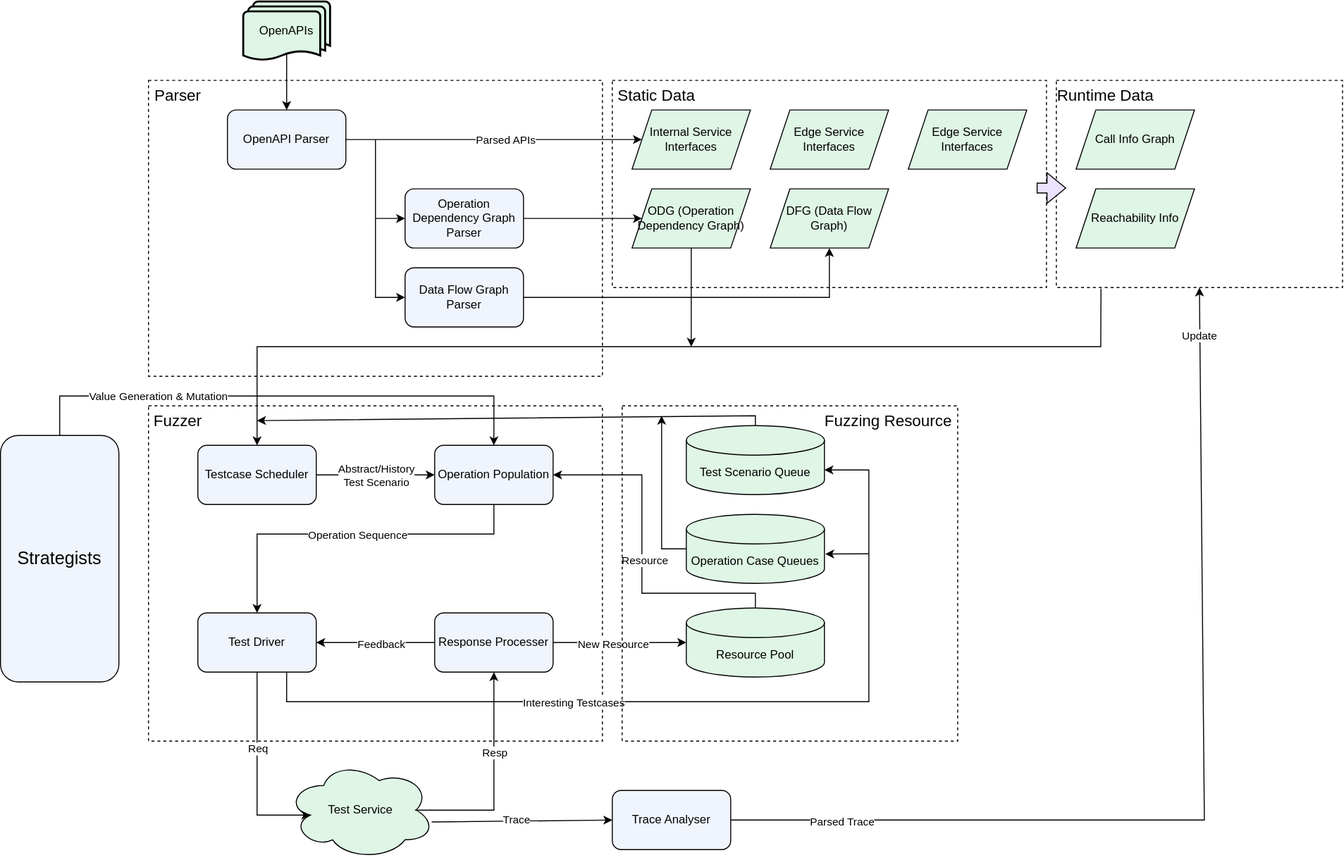
Before: docs/architecture.svg, a diagram exported from draw.io (SmilingPixel/rest_trace_fuzzer). Source tidied: cells renumbered, new cells last; positions are measured from the earlier drawing's top-left corner, leaving out a move shared by most shapes.
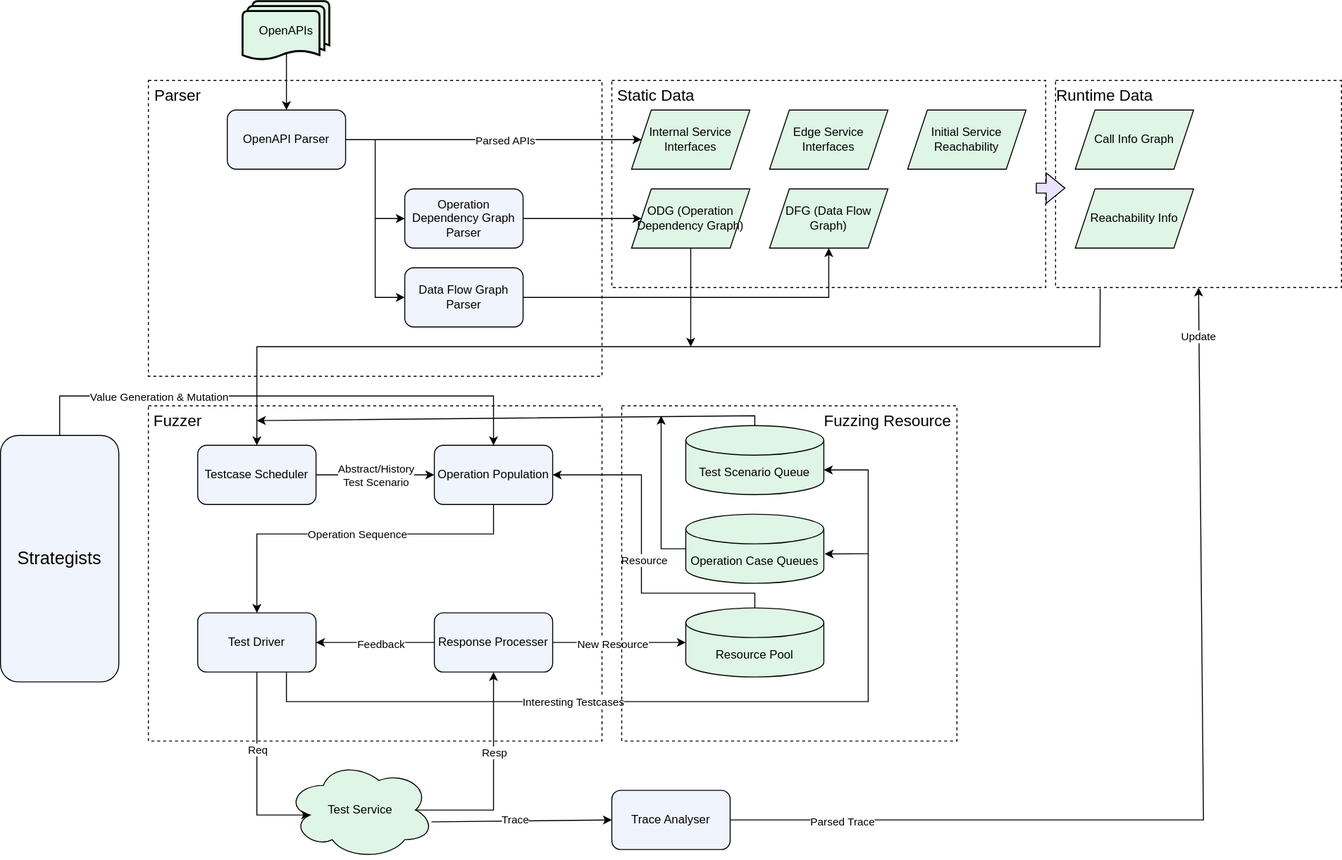
The same diagram one commit later.

Commit message:
fix: update architecture graph

What changed in the source:
```diff
@@ -266,7 +266,7 @@
         <mxPoint x="1080" y="189.2" as="targetPoint" />
       </mxGeometry>
     </mxCell>
-    <mxCell id="65" value="Edge Service Interfaces" style="shape=parallelogram;perimeter=parallelogramPerimeter;whiteSpace=wrap;html=1;fixedSize=1;fillColor=light-dark(#DFF5E5,#486850);" parent="1" vertex="1">
+    <mxCell id="65" value="Initial Service Reachability" style="shape=parallelogram;perimeter=parallelogramPerimeter;whiteSpace=wrap;html=1;fixedSize=1;fillColor=light-dark(#DFF5E5,#486850);" parent="1" vertex="1">
       <mxGeometry x="920" y="110" width="120" height="60" as="geometry" />
     </mxCell>
     <mxCell id="66" value="Reachability Info" style="shape=parallelogram;perimeter=parallelogramPerimeter;whiteSpace=wrap;html=1;fixedSize=1;fillColor=light-dark(#DFF5E5,#486850);" parent="1" vertex="1">
```
